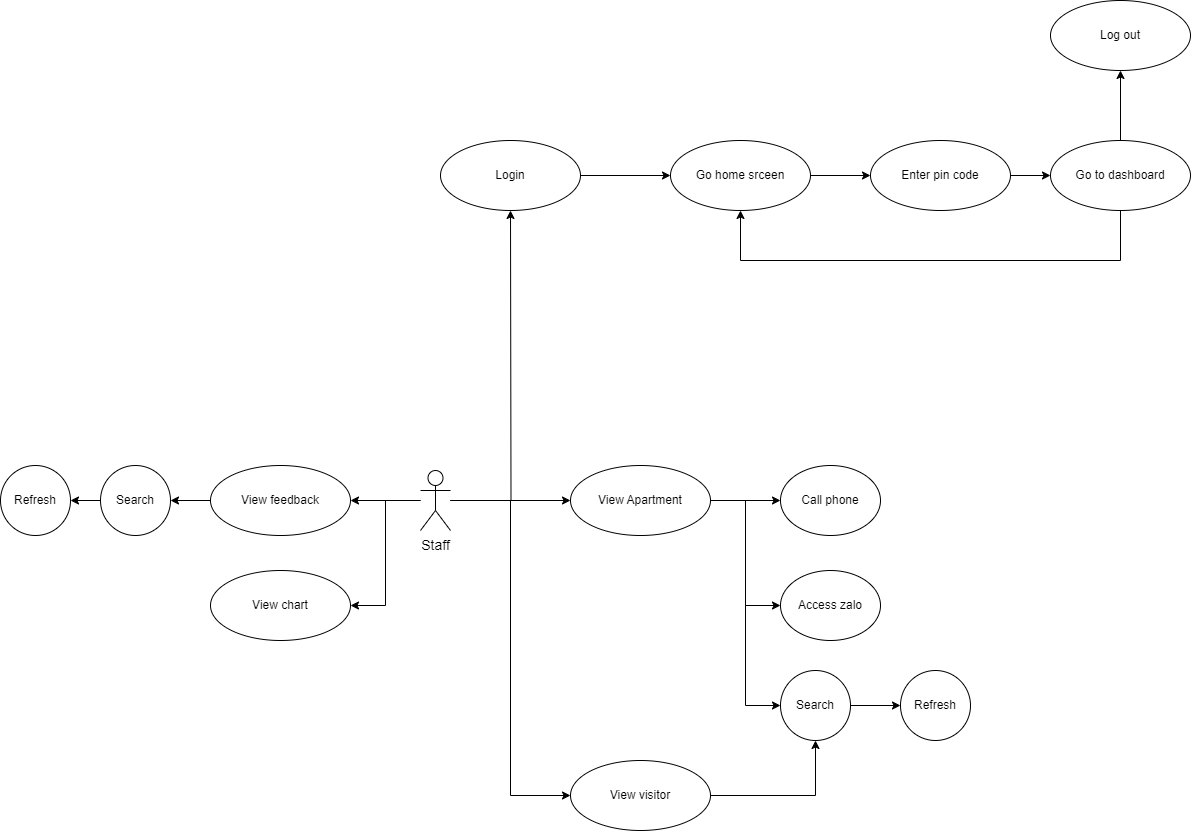
The draw.io diagram diagram/usecase staff-Page-1.drawio.png in duongminhthanh/app_system_management_visitor_for_old_aparment, before a commit. Source tidied: cells renumbered, new cells last; positions are measured from the earlier drawing's top-left corner, leaving out a move shared by most shapes.
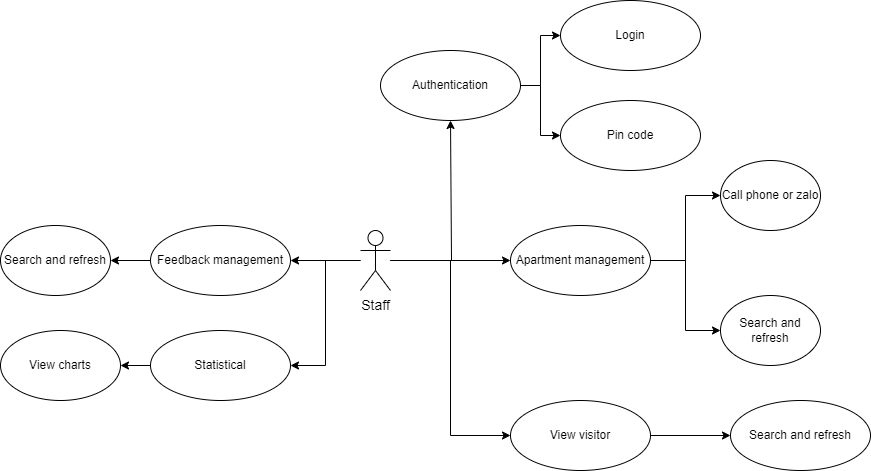
The same diagram one commit later.

Diff of the diagram source:
```diff
@@ -10,7 +10,10 @@
     </mxCell>
     <mxCell id="4" style="edgeStyle=orthogonalEdgeStyle;rounded=0;jettySize=auto;html=1;" parent="1" edge="1" source="7">
       <mxGeometry relative="1" as="geometry">
-        <mxPoint x="510" y="210" as="targetPoint" />
+        <mxPoint x="510" y="360" as="targetPoint" />
+        <Array as="points">
+          <mxPoint x="511" y="500" />
+        </Array>
       </mxGeometry>
     </mxCell>
     <mxCell id="5" style="edgeStyle=orthogonalEdgeStyle;rounded=0;jettySize=auto;html=1;entryX=1;entryY=0.5;entryDx=0;entryDy=0;" parent="1" edge="1" source="7" target="17">
@@ -28,85 +31,56 @@
     <mxCell id="9" style="edgeStyle=orthogonalEdgeStyle;rounded=0;jettySize=auto;html=1;entryX=0;entryY=0.5;entryDx=0;entryDy=0;" parent="1" edge="1" source="11" target="13">
       <mxGeometry relative="1" as="geometry" />
     </mxCell>
-    <mxCell id="10" style="edgeStyle=orthogonalEdgeStyle;rounded=0;jettySize=auto;html=1;entryX=0;entryY=0.5;entryDx=0;entryDy=0;" parent="1" edge="1" source="11" target="15">
-      <mxGeometry relative="1" as="geometry" />
-    </mxCell>
-    <mxCell id="11" value="View Apartment" style="ellipse;whiteSpace=wrap;html=1;" parent="1" vertex="1">
+    <mxCell id="11" value="Apartment management" style="ellipse;whiteSpace=wrap;html=1;" parent="1" vertex="1">
       <mxGeometry x="570" y="465" width="140" height="70" as="geometry" />
     </mxCell>
-    <mxCell id="12" value="Call phone" style="ellipse;whiteSpace=wrap;html=1;" parent="1" vertex="1">
-      <mxGeometry x="780" y="465" width="100" height="70" as="geometry" />
+    <mxCell id="12" value="Call phone or zalo" style="ellipse;whiteSpace=wrap;html=1;" parent="1" vertex="1">
+      <mxGeometry x="780" y="400" width="100" height="70" as="geometry" />
     </mxCell>
-    <mxCell id="13" value="Access zalo" style="ellipse;whiteSpace=wrap;html=1;" parent="1" vertex="1">
-      <mxGeometry x="780" y="570" width="100" height="70" as="geometry" />
+    <mxCell id="13" value="Search and refresh" style="ellipse;whiteSpace=wrap;html=1;" parent="1" vertex="1">
+      <mxGeometry x="780" y="535" width="100" height="70" as="geometry" />
     </mxCell>
-    <mxCell id="14" style="edgeStyle=orthogonalEdgeStyle;rounded=0;jettySize=auto;html=1;" parent="1" edge="1" source="15" target="20">
-      <mxGeometry relative="1" as="geometry" />
-    </mxCell>
-    <mxCell id="15" value="Search" style="ellipse;whiteSpace=wrap;html=1;" parent="1" vertex="1">
-      <mxGeometry x="780" y="670" width="70" height="70" as="geometry" />
-    </mxCell>
     <mxCell id="16" style="edgeStyle=orthogonalEdgeStyle;rounded=0;jettySize=auto;html=1;entryX=1;entryY=0.5;entryDx=0;entryDy=0;" parent="1" edge="1" source="17" target="32">
       <mxGeometry relative="1" as="geometry" />
     </mxCell>
-    <mxCell id="17" value="View feedback" style="ellipse;whiteSpace=wrap;html=1;" parent="1" vertex="1">
+    <mxCell id="17" value="Feedback management" style="ellipse;whiteSpace=wrap;html=1;" parent="1" vertex="1">
       <mxGeometry x="210" y="465" width="140" height="70" as="geometry" />
     </mxCell>
-    <mxCell id="18" style="edgeStyle=orthogonalEdgeStyle;rounded=0;jettySize=auto;html=1;entryX=0.5;entryY=1;entryDx=0;entryDy=0;" parent="1" edge="1" source="19" target="15">
-      <mxGeometry relative="1" as="geometry" />
-    </mxCell>
+    <mxCell id="35" style="edgeStyle=orthogonalEdgeStyle;rounded=0;jettySize=auto;html=1;" parent="1" edge="1" source="19" target="41">
+      <mxGeometry relative="1" as="geometry" />
+    </mxCell>
     <mxCell id="19" value="View visitor" style="ellipse;whiteSpace=wrap;html=1;" parent="1" vertex="1">
-      <mxGeometry x="570" y="760" width="140" height="70" as="geometry" />
+      <mxGeometry x="570" y="640" width="140" height="70" as="geometry" />
     </mxCell>
-    <mxCell id="20" value="Refresh" style="ellipse;whiteSpace=wrap;html=1;" parent="1" vertex="1">
-      <mxGeometry x="900" y="670" width="70" height="70" as="geometry" />
-    </mxCell>
-    <mxCell id="21" style="edgeStyle=orthogonalEdgeStyle;rounded=0;jettySize=auto;html=1;" parent="1" edge="1" source="22" target="24">
-      <mxGeometry relative="1" as="geometry" />
-    </mxCell>
+    <mxCell id="36" style="edgeStyle=orthogonalEdgeStyle;rounded=0;jettySize=auto;html=1;" parent="1" edge="1" source="22" target="39">
+      <mxGeometry relative="1" as="geometry" />
+    </mxCell>
+    <mxCell id="37" style="edgeStyle=orthogonalEdgeStyle;rounded=0;jettySize=auto;html=1;" parent="1" edge="1" source="22" target="40">
+      <mxGeometry relative="1" as="geometry" />
+    </mxCell>
-    <mxCell id="22" value="Login" style="ellipse;whiteSpace=wrap;html=1;" parent="1" vertex="1">
-      <mxGeometry x="440" y="140" width="140" height="70" as="geometry" />
+    <mxCell id="22" value="Authentication" style="ellipse;whiteSpace=wrap;html=1;" parent="1" vertex="1">
+      <mxGeometry x="440" y="290" width="140" height="70" as="geometry" />
     </mxCell>
-    <mxCell id="23" style="edgeStyle=orthogonalEdgeStyle;rounded=0;jettySize=auto;html=1;" parent="1" edge="1" source="24" target="26">
-      <mxGeometry relative="1" as="geometry" />
-    </mxCell>
-    <mxCell id="24" value="Go home srceen" style="ellipse;whiteSpace=wrap;html=1;" parent="1" vertex="1">
-      <mxGeometry x="670" y="140" width="140" height="70" as="geometry" />
-    </mxCell>
-    <mxCell id="25" style="edgeStyle=orthogonalEdgeStyle;rounded=0;jettySize=auto;html=1;" parent="1" edge="1" source="26" target="29">
-      <mxGeometry relative="1" as="geometry" />
-    </mxCell>
-    <mxCell id="26" value="Enter pin code" style="ellipse;whiteSpace=wrap;html=1;" parent="1" vertex="1">
-      <mxGeometry x="870" y="140" width="140" height="70" as="geometry" />
-    </mxCell>
-    <mxCell id="27" style="edgeStyle=orthogonalEdgeStyle;rounded=0;jettySize=auto;html=1;" parent="1" edge="1" source="29" target="24">
-      <mxGeometry relative="1" as="geometry">
-        <Array as="points">
-          <mxPoint x="1120" y="260" />
-          <mxPoint x="740" y="260" />
-        </Array>
-      </mxGeometry>
-    </mxCell>
-    <mxCell id="28" style="edgeStyle=orthogonalEdgeStyle;rounded=0;jettySize=auto;html=1;" parent="1" edge="1" source="29" target="30">
-      <mxGeometry relative="1" as="geometry" />
-    </mxCell>
-    <mxCell id="29" value="Go to dashboard" style="ellipse;whiteSpace=wrap;html=1;" parent="1" vertex="1">
-      <mxGeometry x="1050" y="140" width="140" height="70" as="geometry" />
-    </mxCell>
-    <mxCell id="30" value="Log out" style="ellipse;whiteSpace=wrap;html=1;" parent="1" vertex="1">
-      <mxGeometry x="1050" width="140" height="70" as="geometry" />
-    </mxCell>
-    <mxCell id="31" style="edgeStyle=orthogonalEdgeStyle;rounded=0;jettySize=auto;html=1;" parent="1" edge="1" source="32" target="33">
-      <mxGeometry relative="1" as="geometry" />
-    </mxCell>
-    <mxCell id="32" value="Search" style="ellipse;whiteSpace=wrap;html=1;" parent="1" vertex="1">
-      <mxGeometry x="100" y="465" width="70" height="70" as="geometry" />
+    <mxCell id="32" value="Search and refresh" style="ellipse;whiteSpace=wrap;html=1;" parent="1" vertex="1">
+      <mxGeometry x="60" y="465" width="110" height="70" as="geometry" />
     </mxCell>
-    <mxCell id="33" value="Refresh" style="ellipse;whiteSpace=wrap;html=1;" parent="1" vertex="1">
-      <mxGeometry y="465" width="70" height="70" as="geometry" />
-    </mxCell>
+    <mxCell id="38" style="edgeStyle=orthogonalEdgeStyle;rounded=0;jettySize=auto;html=1;" parent="1" edge="1" source="34" target="42">
+      <mxGeometry relative="1" as="geometry" />
+    </mxCell>
-    <mxCell id="34" value="View chart" style="ellipse;whiteSpace=wrap;html=1;" parent="1" vertex="1">
+    <mxCell id="34" value="Statistical" style="ellipse;whiteSpace=wrap;html=1;" parent="1" vertex="1">
       <mxGeometry x="210" y="570" width="140" height="70" as="geometry" />
     </mxCell>
+    <mxCell id="39" value="Login" style="ellipse;whiteSpace=wrap;html=1;" parent="1" vertex="1">
+      <mxGeometry x="620" y="240" width="140" height="70" as="geometry" />
+    </mxCell>
+    <mxCell id="40" value="Pin code" style="ellipse;whiteSpace=wrap;html=1;" parent="1" vertex="1">
+      <mxGeometry x="620" y="340" width="140" height="70" as="geometry" />
+    </mxCell>
+    <mxCell id="41" value="Search and refresh" style="ellipse;whiteSpace=wrap;html=1;" parent="1" vertex="1">
+      <mxGeometry x="790" y="640" width="140" height="70" as="geometry" />
+    </mxCell>
+    <mxCell id="42" value="View charts" style="ellipse;whiteSpace=wrap;html=1;" parent="1" vertex="1">
+      <mxGeometry x="60" y="570" width="120" height="70" as="geometry" />
+    </mxCell>
   </root>
 </mxGraphModel>
```
